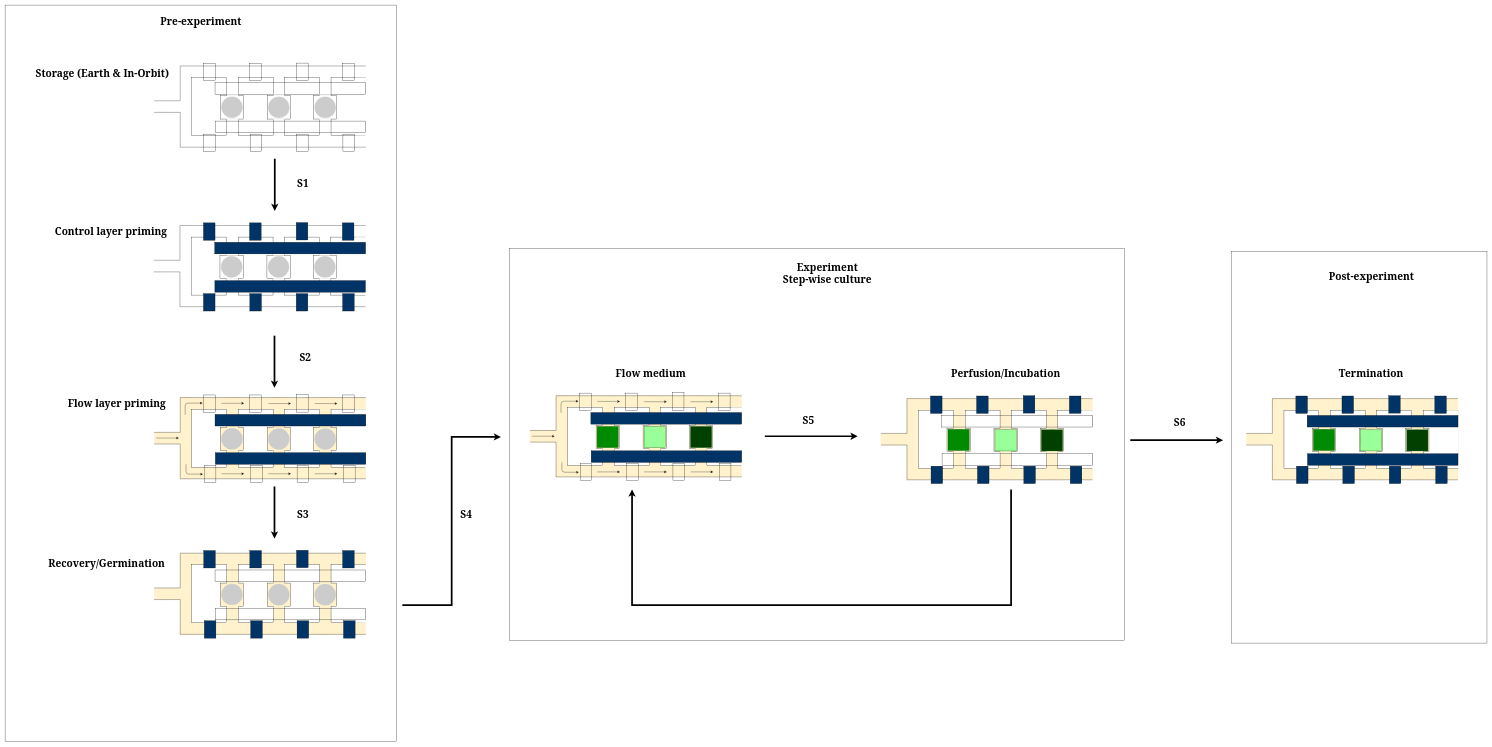
This is Experimental_mode_transitions.drawio from AcubeSAT/microfluidics, a draw.io file, before an edit. Source tidied: cells renumbered, new cells numbered last; positions are measured from the earlier drawing's top-left corner, leaving out a move shared by most shapes. Both pictures are drawn from the tidied source at 29%, with x=0, y=0 at pixel (5, 5).
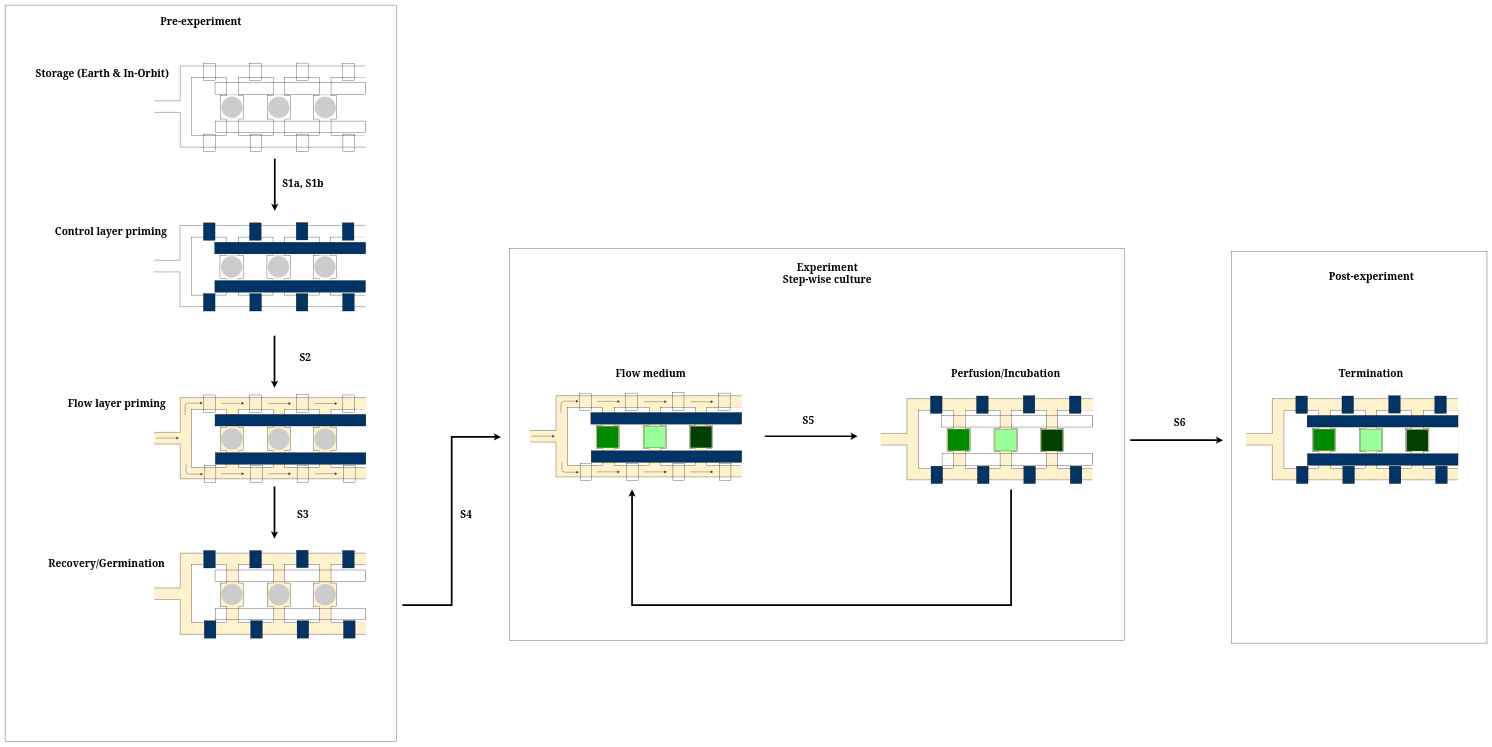
Above is the later version.

What changed in the source:
```diff
@@
-    <mxCell id="293" value="&lt;font style=&quot;font-size: 35px&quot;&gt;&lt;b&gt;&lt;font style=&quot;font-size: 35px&quot; face=&quot;Georgia&quot;&gt;S1&lt;br&gt;&lt;/font&gt;&lt;/b&gt;&lt;/font&gt;" style="text;html=1;align=center;verticalAlign=middle;" parent="1" vertex="1">
-      <mxGeometry x="997" y="600" width="60" height="30" as="geometry" />
+    <mxCell id="293" value="&lt;font style=&quot;font-size: 35px&quot;&gt;&lt;b&gt;&lt;font style=&quot;font-size: 35px&quot; face=&quot;Georgia&quot;&gt;S1a, S1b&lt;br&gt;&lt;/font&gt;&lt;/b&gt;&lt;/font&gt;" style="text;html=1;align=center;verticalAlign=middle;" parent="1" vertex="1">
+      <mxGeometry x="947" y="600" width="160" height="30" as="geometry" />
     </mxCell>
```
